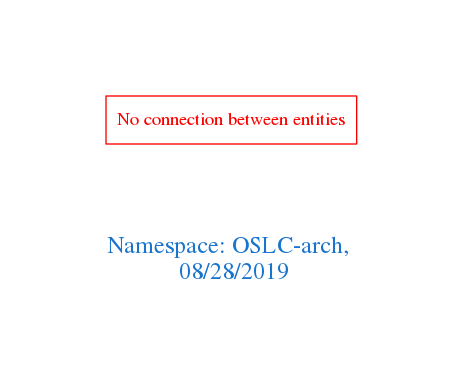
Before: downloads/OSLC-arch.png, a diagram exported from Graphviz (arago/OGIT). Its source is kept beside it as downloads/OSLC-arch.dot.
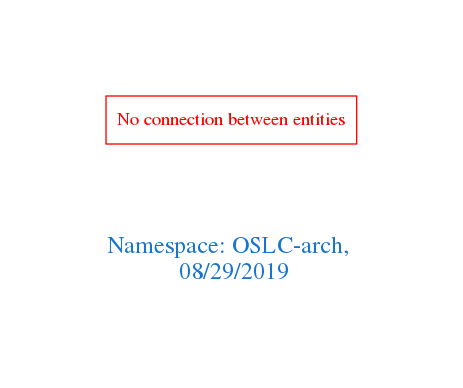
The same file after the commit.

Change to the diagram source:
```diff
@@ -1,7 +1,7 @@
 digraph OGIT_ontology {
  graph [ rankdir= LR,pad=1
 fontsize = 18,
-fontcolor= dodgerblue3,label = "\n\n\nNamespace: OSLC-arch, \n 08/28/2019"];
+fontcolor= dodgerblue3,label = "\n\n\nNamespace: OSLC-arch, \n 08/29/2019"];
 node[shape=polygon];
 edge [  color="gray81"];
 
```
